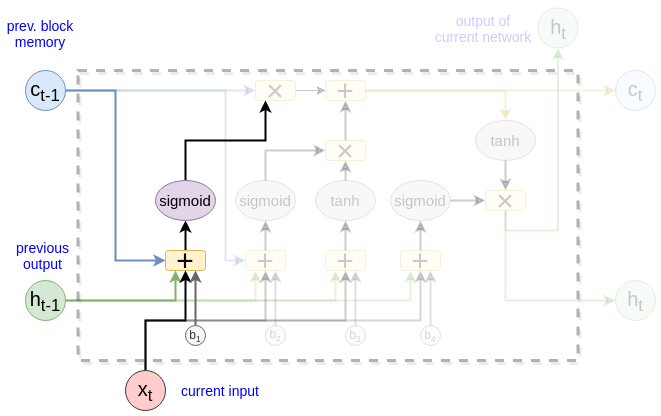
Before: assets/img/notes/lstm_1.png, a diagram exported from draw.io (tosterius/tosterius). Source tidied: cells renumbered, new cells last; positions are measured from the earlier drawing's top-left corner, leaving out a move shared by most shapes.
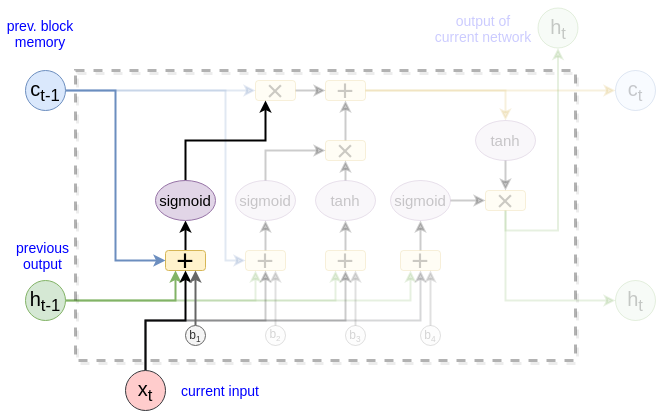
The same diagram one commit later.

Commit message:
+=lstm notes

Change to the diagram source:
```diff
@@ -35,7 +35,7 @@
     <mxCell id="12" value="&lt;span style=&quot;font-size: 30px&quot;&gt;×&lt;/span&gt;" style="rounded=1;whiteSpace=wrap;html=1;fillColor=#fff2cc;strokeColor=#d6b656;opacity=20;textOpacity=20;" parent="1" vertex="1">
       <mxGeometry x="320" y="135" width="40" height="20" as="geometry" />
     </mxCell>
-    <mxCell id="13" style="edgeStyle=orthogonalEdgeStyle;rounded=0;jettySize=auto;html=1;exitX=1;exitY=0.5;exitDx=0;exitDy=0;entryX=0;entryY=0.5;entryDx=0;entryDy=0;startArrow=none;startFill=0;endArrow=classic;endFill=1;opacity=20;textOpacity=20;" parent="1" edge="1" source="14" target="10">
+    <mxCell id="13" style="edgeStyle=orthogonalEdgeStyle;rounded=0;jettySize=auto;html=1;exitX=1;exitY=0.5;exitDx=0;exitDy=0;entryX=0;entryY=0.5;entryDx=0;entryDy=0;startArrow=none;startFill=0;endArrow=classic;endFill=1;opacity=20;textOpacity=20;strokeWidth=2;" parent="1" edge="1" source="14" target="10">
       <mxGeometry relative="1" as="geometry" />
     </mxCell>
     <mxCell id="14" value="&lt;span style=&quot;font-size: 30px&quot;&gt;×&lt;/span&gt;" style="rounded=1;whiteSpace=wrap;html=1;fillColor=#fff2cc;strokeColor=#d6b656;opacity=20;textOpacity=20;" parent="1" vertex="1">
@@ -184,7 +184,7 @@
       <mxGeometry x="427.5" width="100" height="45" as="geometry" />
     </mxCell>
     <mxCell id="59" style="rounded=0;whiteSpace=wrap;html=1;shadow=1;dashed=1;strokeWidth=3;fillColor=none;opacity=30;" parent="1" vertex="1">
-      <mxGeometry x="72.5" y="65" width="500" height="290" as="geometry" />
+      <mxGeometry x="70" y="65" width="500" height="290" as="geometry" />
     </mxCell>
   </root>
 </mxGraphModel>
```
